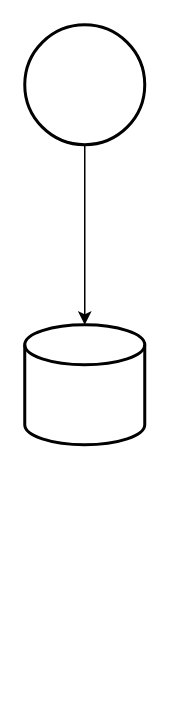
xiaojun90/draw keeps this draw.io diagram as test.drawio. Above is the earlier version. Source tidied: cells renumbered, new cells numbered last; positions are measured from the earlier drawing's top-left corner, leaving out a move shared by most shapes. Both pictures are drawn from the tidied source at 150%, with x=0, y=0 at pixel (24, 24).
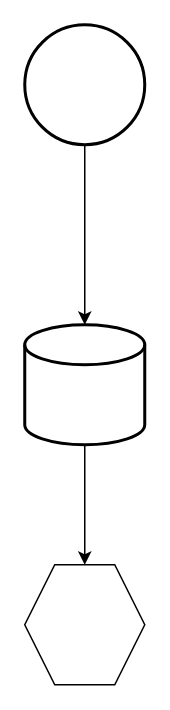
The same diagram, later.

Diff of the diagram source:
```diff
@@
 <mxGraphModel>
   <root>
     <mxCell id="0" />
     <mxCell id="1" parent="0" />
     <mxCell id="2" style="edgeStyle=orthogonalEdgeStyle;rounded=0;jettySize=auto;html=1;entryX=0.5;entryY=0;entryDx=0;entryDy=0;entryPerimeter=0;" parent="1" edge="1" source="3" target="4">
       <mxGeometry relative="1" as="geometry" />
     </mxCell>
     <mxCell id="3" style="strokeWidth=2;html=1;shape=mxgraph.flowchart.start_2;whiteSpace=wrap;" parent="1" vertex="1">
       <mxGeometry width="80" height="80" as="geometry" />
     </mxCell>
+    <mxCell id="5" style="edgeStyle=orthogonalEdgeStyle;rounded=0;jettySize=auto;html=1;entryX=0.5;entryY=0;entryDx=0;entryDy=0;" parent="1" edge="1" source="4" target="6">
+      <mxGeometry relative="1" as="geometry" />
+    </mxCell>
     <mxCell id="4" style="strokeWidth=2;html=1;shape=mxgraph.flowchart.database;whiteSpace=wrap;" parent="1" vertex="1">
       <mxGeometry y="200" width="80" height="80" as="geometry" />
     </mxCell>
+    <mxCell id="6" style="shape=hexagon;perimeter=hexagonPerimeter2;whiteSpace=wrap;html=1;" parent="1" vertex="1">
+      <mxGeometry y="360" width="80" height="80" as="geometry" />
+    </mxCell>
   </root>
 </mxGraphModel>
```
